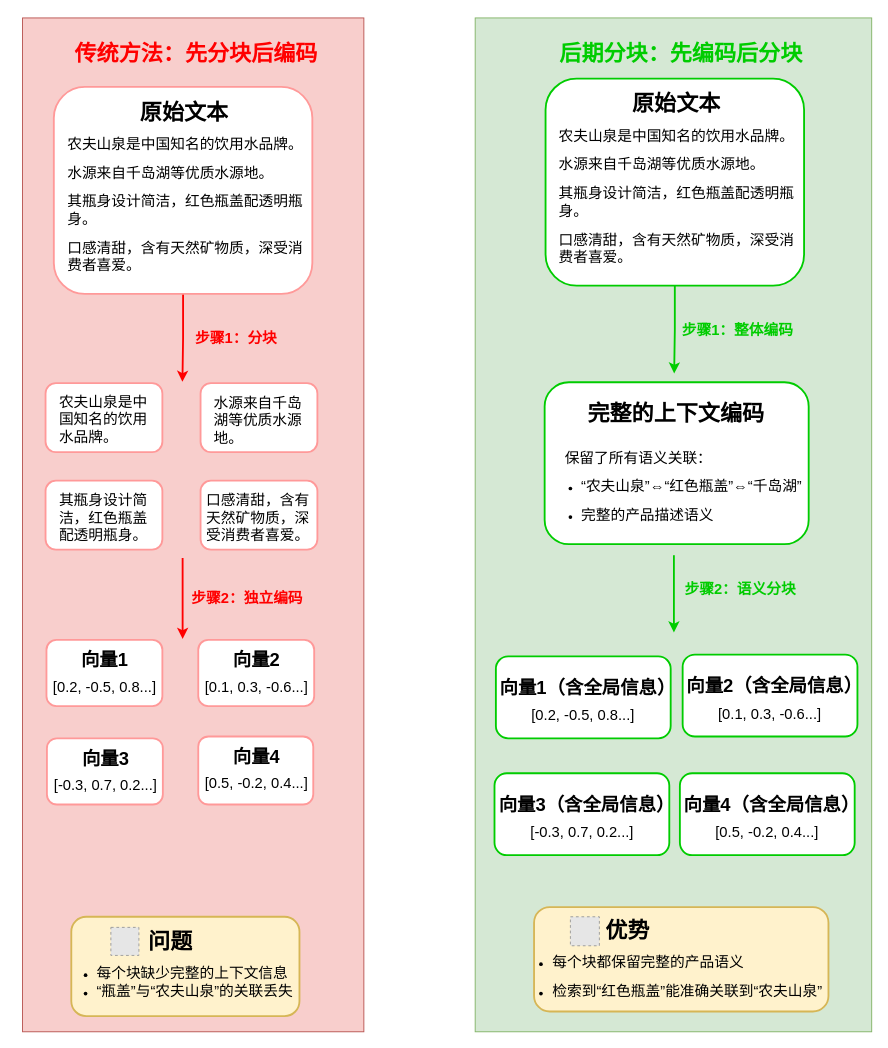
Above: diagrams/late-chunking.drawio in real-jiakai/draw (draw.io), before the change. Source tidied: cells renumbered, new cells numbered last; positions are measured from the earlier drawing's top-left corner, leaving out a move shared by most shapes. Both pictures are drawn from the tidied source at 92%, with x=0, y=0 at pixel (22, 17). Pictures stored in the file or linked from it are replaced by grey dashed boxes.
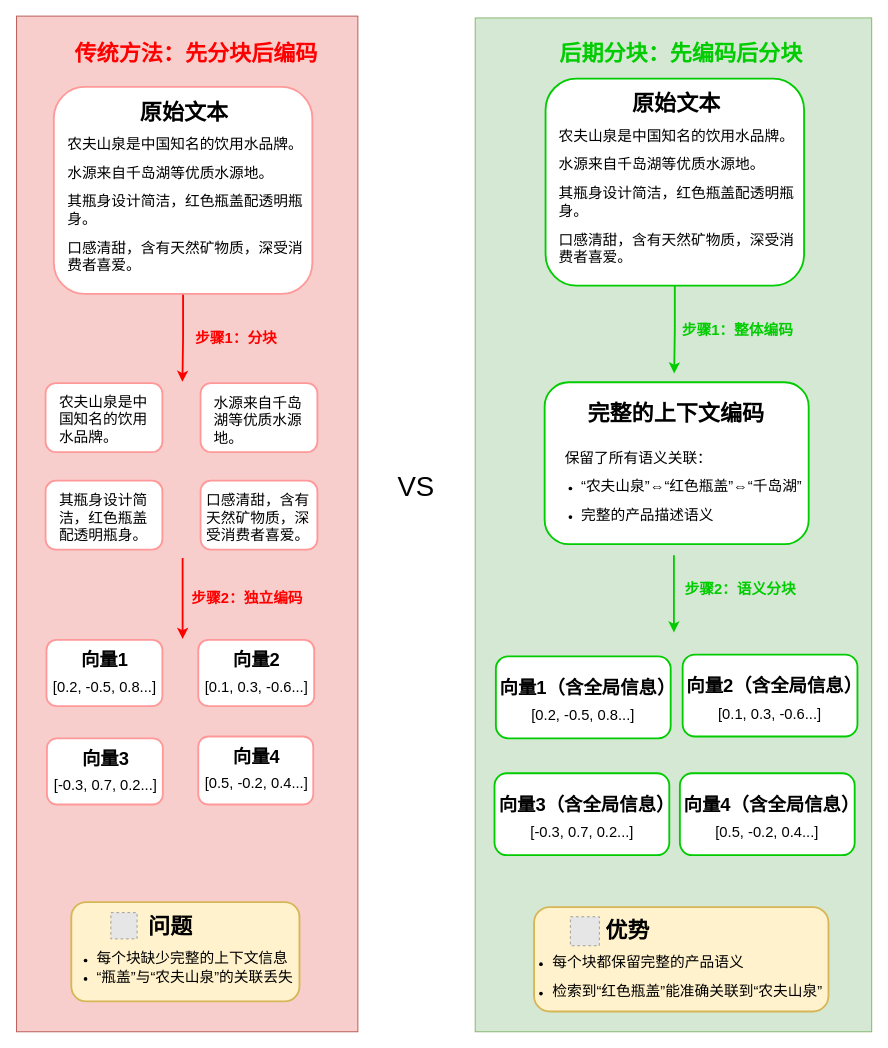
Above is the later version.

What changed in the source:
```diff
@@
     <mxCell id="2" style="rounded=0;whiteSpace=wrap;html=1;fillColor=#f8cecc;strokeColor=#b85450;" parent="1" vertex="1">
-      <mxGeometry width="371" height="1102" as="geometry" />
+      <mxGeometry x="-6.5" y="-2" width="371" height="1104" as="geometry" />
     </mxCell>
     <mxCell id="3" style="rounded=1;whiteSpace=wrap;html=1;strokeColor=#d6b656;strokeWidth=2;fillColor=#fff2cc;" parent="1" vertex="1">
-      <mxGeometry x="53" y="977" width="248" height="108" as="geometry" />
+      <mxGeometry x="53" y="961" width="248" height="108" as="geometry" />
     </mxCell>
@@
     <mxCell id="28" style="fillColor=#E6E6E6;strokeColor=#999999;dashed=1;verticalLabelPosition=bottom;labelBackgroundColor=default;verticalAlign=top;" parent="1" vertex="1">
-      <mxGeometry x="96" y="988.5" width="30.5" height="30.5" as="geometry" />
+      <mxGeometry x="96" y="972.5" width="28.5" height="28.5" as="geometry" />
     </mxCell>
     <mxCell id="29" value="&lt;h1 style=&quot;margin-top: 0px;&quot;&gt;问题&lt;/h1&gt;" style="text;html=1;whiteSpace=wrap;overflow=hidden;rounded=0;" parent="1" vertex="1">
-      <mxGeometry x="135" y="982.5" width="58" height="42.5" as="geometry" />
+      <mxGeometry x="135" y="966.5" width="58" height="42.5" as="geometry" />
     </mxCell>
     <mxCell id="30" value="&lt;p dir=&quot;auto&quot;&gt;&lt;/p&gt;&lt;ul&gt;&lt;li style=&quot;text-align: left;&quot;&gt;&lt;span style=&quot;background-color: transparent; color: light-dark(rgb(0, 0, 0), rgb(255, 255, 255));&quot;&gt;&lt;font style=&quot;font-size: 16px;&quot;&gt;每个块缺少完整的上下文信息&lt;/font&gt;&lt;/span&gt;&lt;/li&gt;&lt;li style=&quot;text-align: left;&quot;&gt;&lt;span style=&quot;background-color: transparent; color: light-dark(rgb(0, 0, 0), rgb(255, 255, 255));&quot;&gt;&lt;font style=&quot;font-size: 16px;&quot;&gt;“瓶盖”与“农夫山泉”的关联丢失&lt;/font&gt;&lt;/span&gt;&lt;/li&gt;&lt;/ul&gt;" style="text;html=1;align=center;verticalAlign=middle;whiteSpace=wrap;rounded=0;" parent="1" vertex="1">
-      <mxGeometry x="39" y="1010" width="257" height="75" as="geometry" />
+      <mxGeometry x="39" y="994" width="257" height="75" as="geometry" />
     </mxCell>
@@
+    <mxCell id="63" value="&lt;font style=&quot;font-size: 30px;&quot;&gt;VS&lt;/font&gt;" style="text;html=1;align=center;verticalAlign=middle;whiteSpace=wrap;rounded=0;" parent="1" vertex="1">
+      <mxGeometry x="398" y="494" width="60" height="30" as="geometry" />
+    </mxCell>
```
